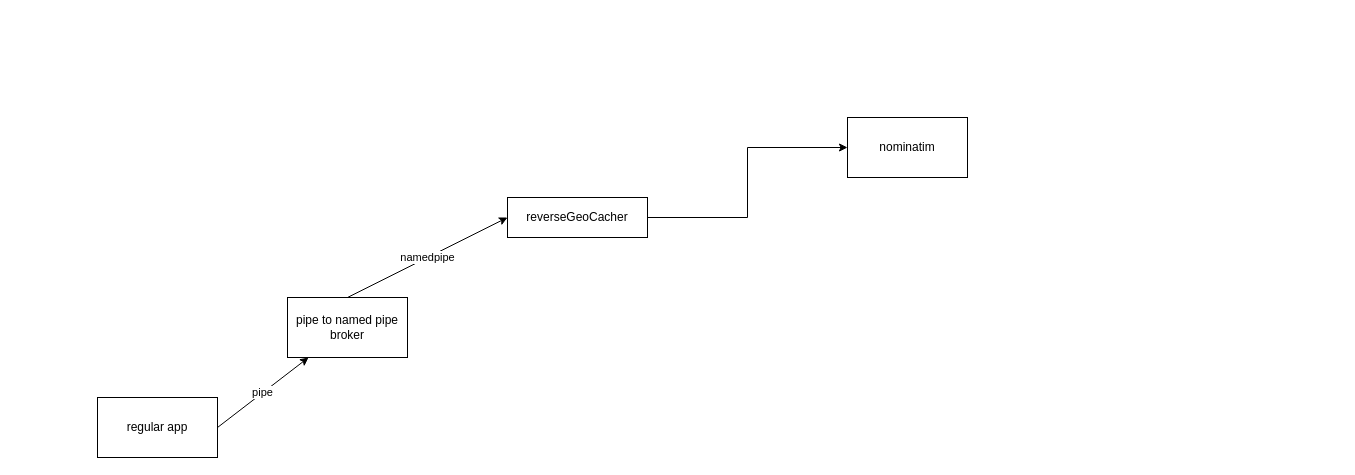
Earlier version of the draw.io diagram reverseGeoCacher.drawio (nongkoko/turbobasi_bin). Source tidied: cells renumbered, new cells numbered last; positions are measured from the earlier drawing's top-left corner, leaving out a move shared by most shapes. Both pictures are drawn from the tidied source at 100%, with x=0, y=0 at pixel (97, 117).
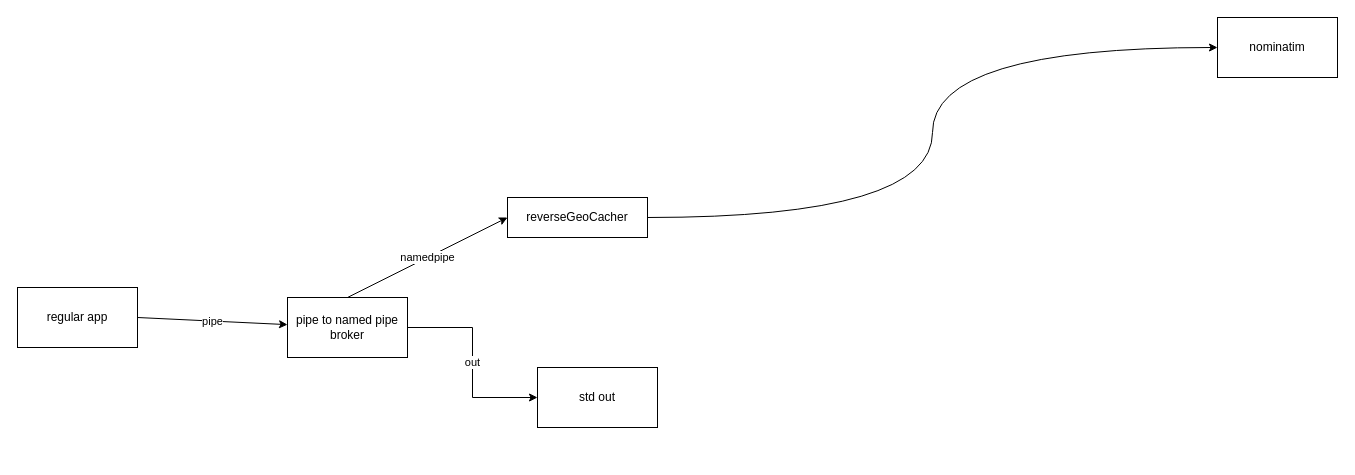
The same diagram, later.

Change to the diagram source:
```diff
@@
 <mxGraphModel>
   <root>
     <mxCell id="0" />
     <mxCell id="1" parent="0" />
-    <mxCell id="2" style="edgeStyle=orthogonalEdgeStyle;rounded=0;jettySize=auto;html=1;exitX=1;exitY=0.5;exitDx=0;exitDy=0;entryX=0;entryY=0.5;entryDx=0;entryDy=0;" parent="1" edge="1" source="3" target="4">
+    <mxCell id="2" style="edgeStyle=orthogonalEdgeStyle;rounded=0;jettySize=auto;html=1;exitX=1;exitY=0.5;exitDx=0;exitDy=0;entryX=0;entryY=0.5;entryDx=0;entryDy=0;elbow=vertical;curved=1;" parent="1" edge="1" source="3" target="4">
       <mxGeometry relative="1" as="geometry" />
     </mxCell>
     <mxCell id="3" value="reverseGeoCacher" style="rounded=0;whiteSpace=wrap;html=1;" parent="1" vertex="1">
       <mxGeometry x="410" y="80" width="140" height="40" as="geometry" />
     </mxCell>
     <mxCell id="4" value="nominatim" style="rounded=0;whiteSpace=wrap;html=1;" parent="1" vertex="1">
-      <mxGeometry x="750" width="120" height="60" as="geometry" />
+      <mxGeometry x="1120" y="-100" width="120" height="60" as="geometry" />
     </mxCell>
     <mxCell id="5" value="pipe" style="rounded=0;jettySize=auto;html=1;exitX=1;exitY=0.5;exitDx=0;exitDy=0;" parent="1" edge="1" source="6" target="8">
       <mxGeometry relative="1" as="geometry" />
     </mxCell>
     <mxCell id="6" value="regular app" style="rounded=0;whiteSpace=wrap;html=1;" parent="1" vertex="1">
-      <mxGeometry y="280" width="120" height="60" as="geometry" />
+      <mxGeometry x="-80" y="170" width="120" height="60" as="geometry" />
     </mxCell>
     <mxCell id="7" value="namedpipe" style="rounded=0;jettySize=auto;html=1;exitX=0.5;exitY=0;exitDx=0;exitDy=0;entryX=0;entryY=0.5;entryDx=0;entryDy=0;" parent="1" edge="1" source="8" target="3">
       <mxGeometry relative="1" as="geometry" />
     </mxCell>
+    <mxCell id="9" value="out" style="edgeStyle=orthogonalEdgeStyle;rounded=0;jettySize=auto;html=1;exitX=1;exitY=0.5;exitDx=0;exitDy=0;entryX=0;entryY=0.5;entryDx=0;entryDy=0;" parent="1" edge="1" source="8" target="10">
+      <mxGeometry relative="1" as="geometry" />
+    </mxCell>
     <mxCell id="8" value="pipe to named pipe broker" style="rounded=0;whiteSpace=wrap;html=1;" parent="1" vertex="1">
       <mxGeometry x="190" y="180" width="120" height="60" as="geometry" />
     </mxCell>
+    <mxCell id="10" value="std out" style="rounded=0;whiteSpace=wrap;html=1;" parent="1" vertex="1">
+      <mxGeometry x="440" y="250" width="120" height="60" as="geometry" />
+    </mxCell>
   </root>
 </mxGraphModel>
```
